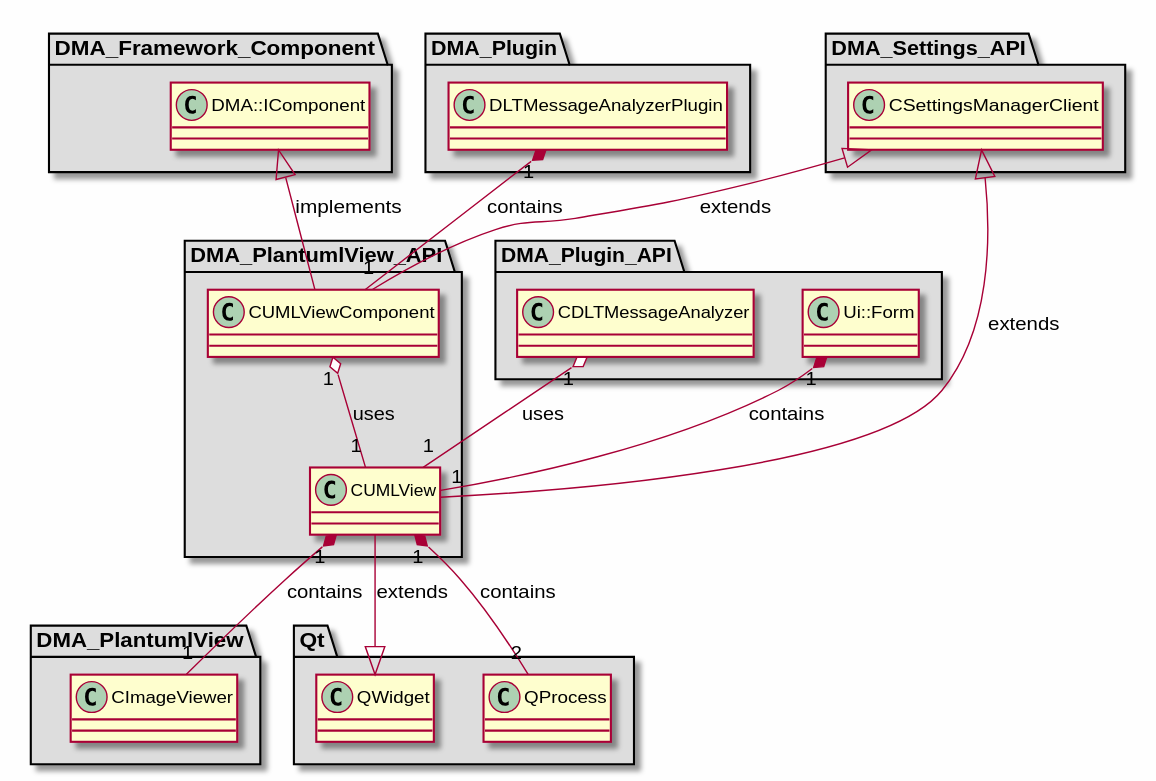
svlad-90/DLT-Message-Analyzer keeps this PlantUML diagram as md/dev_docs/puml/DMA_PlantumlView_API.svg. Above is the earlier version. Source of this version:
```plantuml
@startuml

skinparam backgroundColor #FEFEFE
skinparam wrapWidth 600
package "DMA_Framework_Component" #DDDDDD
{

class "DMA::IComponent"
{
}

}

package "DMA_PlantumlView" #DDDDDD
{

class "CImageViewer"
{
}

}

package "DMA_PlantumlView_API" #DDDDDD
{

class "CUMLView"
{
}

class "CUMLViewComponent"
{
}

}

package "DMA_Plugin" #DDDDDD
{

class "DLTMessageAnalyzerPlugin"
{
}

}

package "DMA_Plugin_API" #DDDDDD
{

class "CDLTMessageAnalyzer"
{
}

class "Ui::Form"
{
}

}

package "DMA_Settings_API" #DDDDDD
{

class "CSettingsManagerClient"
{
}

}

package "Qt" #DDDDDD
{

class "QProcess"
{
}

class "QWidget"
{
}

}

CSettingsManagerClient <|-- CUMLView : extends
QWidget <|-- CUMLView : extends
CSettingsManagerClient <|-- CUMLViewComponent : extends
DMA::IComponent <|-- CUMLViewComponent : implements

CUMLView "1" *-- "1" CImageViewer : contains
CUMLView "1" *-- "2" QProcess : contains
CUMLViewComponent "1" o-- "1" CUMLView : uses
DLTMessageAnalyzerPlugin "1" *-- "1" CUMLViewComponent : contains
CDLTMessageAnalyzer "1" o-- "1" CUMLView : uses
Ui::Form "1" *-- "1" CUMLView : contains

@enduml
```
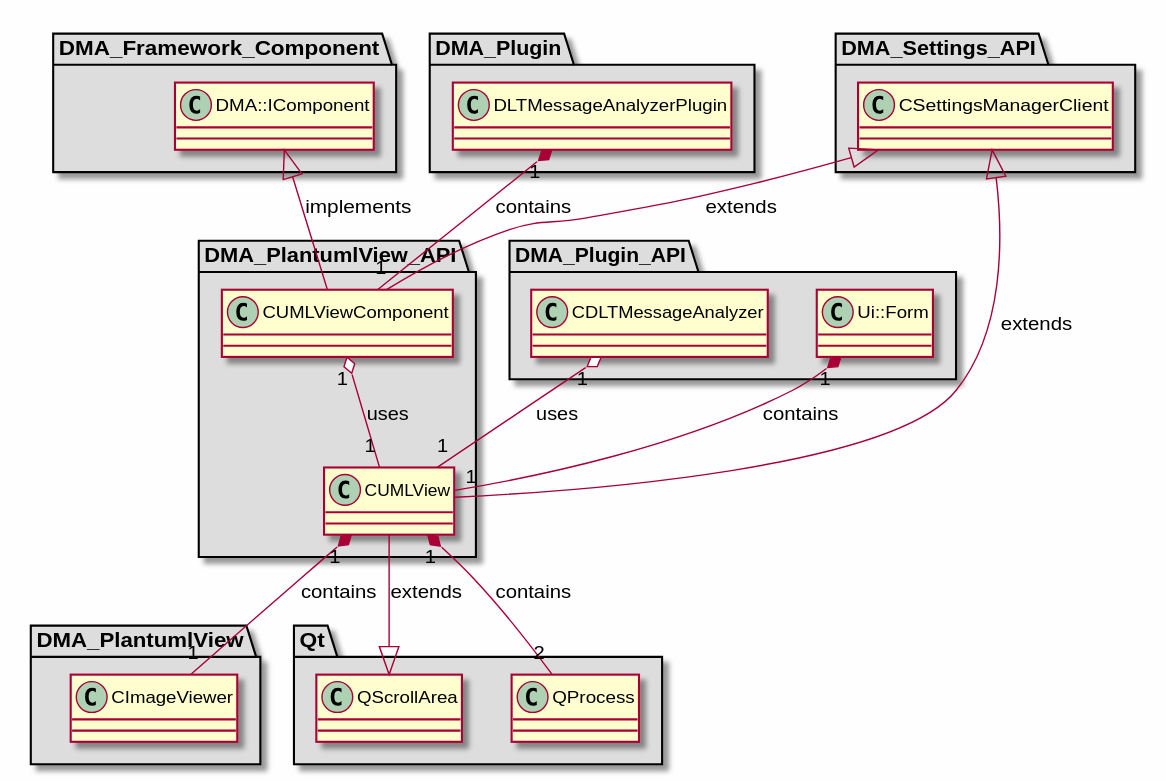
Later version of the same file.

Change to the diagram source:
```diff
@@ -71,14 +71,14 @@
 {
 }
 
-class "QWidget"
+class "QScrollArea"
 {
 }
 
 }
 
 CSettingsManagerClient <|-- CUMLView : extends
-QWidget <|-- CUMLView : extends
+QScrollArea <|-- CUMLView : extends
 CSettingsManagerClient <|-- CUMLViewComponent : extends
 DMA::IComponent <|-- CUMLViewComponent : implements
 
```
